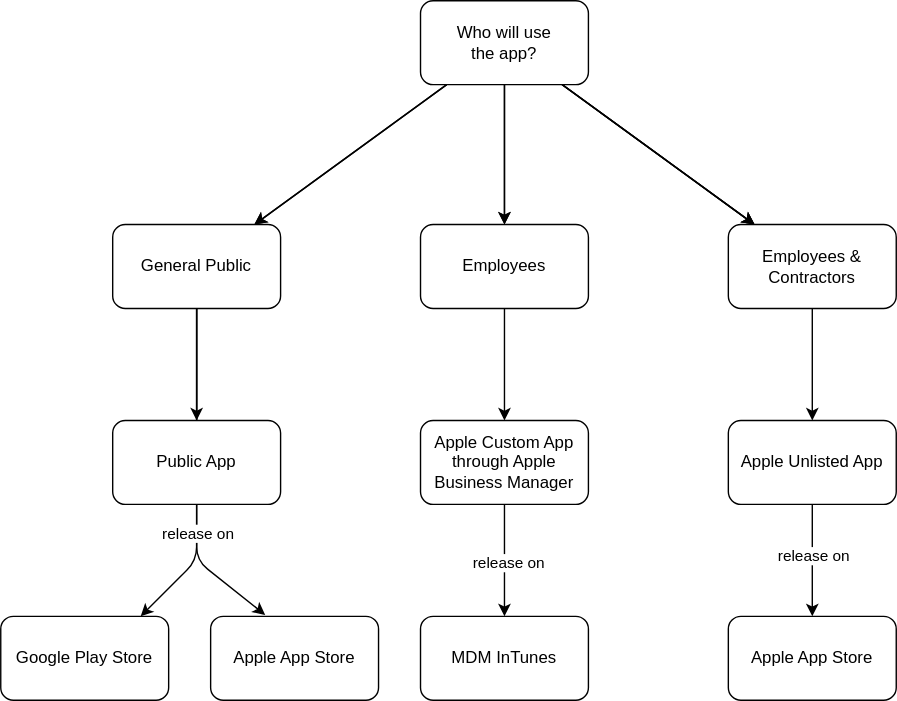
Above: docs/assets/distribution.drawio.svg in bcgov/mobile-developer-guide (draw.io), before the change. Source tidied: cells renumbered, new cells last; positions are measured from the earlier drawing's top-left corner, leaving out a move shared by most shapes.
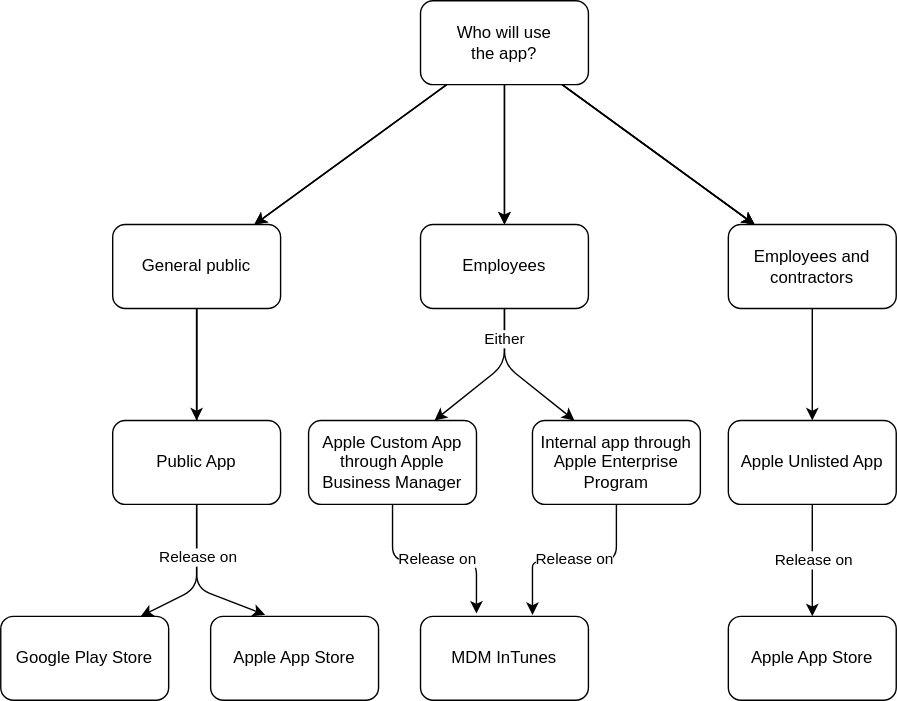
After the commit.

Diff of the diagram source:
```diff
@@ -29,7 +29,7 @@
     <mxCell id="10" style="edgeStyle=none;html=1;exitX=0.5;exitY=1;exitDx=0;exitDy=0;entryX=0.325;entryY=-0.017;entryDx=0;entryDy=0;entryPerimeter=0;" parent="1" edge="1" source="14" target="19">
       <mxGeometry relative="1" as="geometry">
         <Array as="points">
-          <mxPoint x="140" y="400" />
+          <mxPoint x="140" y="420" />
         </Array>
       </mxGeometry>
     </mxCell>
@@ -37,13 +37,13 @@
       <mxGeometry relative="1" as="geometry">
         <mxPoint x="100" y="440" as="targetPoint" />
         <Array as="points">
-          <mxPoint x="140" y="400" />
+          <mxPoint x="140" y="420" />
         </Array>
       </mxGeometry>
     </mxCell>
     <mxCell id="12" value="release on" style="edgeLabel;html=1;align=center;verticalAlign=middle;" parent="11" vertex="1">
       <mxGeometry x="-0.74" relative="1" as="geometry">
-        <mxPoint y="129" as="offset" />
+        <mxPoint y="145" as="offset" />
       </mxGeometry>
     </mxCell>
     <mxCell id="13" style="edgeStyle=none;html=1;" parent="1" edge="1" source="14" target="30">
@@ -58,8 +58,12 @@
     <mxCell id="16" value="Employees &amp;amp; Contractors" style="whiteSpace=wrap;html=1;rounded=1;" parent="1" vertex="1">
       <mxGeometry x="520" y="160" width="120" height="60" as="geometry" />
     </mxCell>
-    <mxCell id="17" style="edgeStyle=none;html=1;entryX=0.5;entryY=0;entryDx=0;entryDy=0;" parent="1" edge="1" source="18" target="23">
-      <mxGeometry relative="1" as="geometry" />
+    <mxCell id="17" style="edgeStyle=none;html=1;entryX=0.75;entryY=0;entryDx=0;entryDy=0;exitX=0.5;exitY=1;exitDx=0;exitDy=0;" parent="1" edge="1" source="18" target="23">
+      <mxGeometry relative="1" as="geometry">
+        <Array as="points">
+          <mxPoint x="360" y="260" />
+        </Array>
+      </mxGeometry>
     </mxCell>
     <mxCell id="18" value="Employees" style="whiteSpace=wrap;html=1;rounded=1;" parent="1" vertex="1">
       <mxGeometry x="300" y="160" width="120" height="60" as="geometry" />
@@ -70,14 +74,19 @@
     <mxCell id="20" value="Google Play Store" style="whiteSpace=wrap;html=1;rounded=1;" parent="1" vertex="1">
       <mxGeometry y="440" width="120" height="60" as="geometry" />
     </mxCell>
-    <mxCell id="21" style="edgeStyle=none;html=1;" parent="1" edge="1" source="23" target="29">
-      <mxGeometry relative="1" as="geometry" />
+    <mxCell id="21" style="edgeStyle=none;html=1;entryX=0.333;entryY=-0.033;entryDx=0;entryDy=0;exitX=0.5;exitY=1;exitDx=0;exitDy=0;entryPerimeter=0;" parent="1" edge="1" source="23" target="29">
+      <mxGeometry relative="1" as="geometry">
+        <Array as="points">
+          <mxPoint x="280" y="400" />
+          <mxPoint x="340" y="400" />
+        </Array>
+      </mxGeometry>
     </mxCell>
     <mxCell id="22" value="release on" style="edgeLabel;html=1;align=center;verticalAlign=middle;" parent="21" vertex="1">
       <mxGeometry x="0.03" y="2" relative="1" as="geometry" />
     </mxCell>
     <mxCell id="23" value="Apple Custom App through Apple Business Manager" style="whiteSpace=wrap;html=1;rounded=1;" parent="1" vertex="1">
-      <mxGeometry x="300" y="300" width="120" height="60" as="geometry" />
+      <mxGeometry x="220" y="300" width="120" height="60" as="geometry" />
     </mxCell>
     <mxCell id="24" style="edgeStyle=none;html=1;" parent="1" edge="1">
       <mxGeometry relative="1" as="geometry">
@@ -88,7 +97,9 @@
       <mxGeometry relative="1" as="geometry" />
     </mxCell>
     <mxCell id="26" value="release on" style="edgeLabel;html=1;align=center;verticalAlign=middle;" parent="25" vertex="1">
-      <mxGeometry x="-0.11" relative="1" as="geometry" />
+      <mxGeometry x="-0.11" relative="1" as="geometry">
+        <mxPoint y="3" as="offset" />
+      </mxGeometry>
     </mxCell>
     <mxCell id="27" value="Apple Unlisted App" style="whiteSpace=wrap;html=1;rounded=1;" parent="1" vertex="1">
       <mxGeometry x="520" y="300" width="120" height="60" as="geometry" />
@@ -102,5 +113,29 @@
     <mxCell id="30" value="Public App" style="whiteSpace=wrap;html=1;rounded=1;" parent="1" vertex="1">
       <mxGeometry x="80" y="300" width="120" height="60" as="geometry" />
     </mxCell>
+    <mxCell id="31" value="Internal app through Apple Enterprise Program" style="whiteSpace=wrap;html=1;rounded=1;" parent="1" vertex="1">
+      <mxGeometry x="380" y="300" width="120" height="60" as="geometry" />
+    </mxCell>
+    <mxCell id="32" value="Either" style="edgeStyle=none;html=1;entryX=0.25;entryY=0;entryDx=0;entryDy=0;exitX=0.5;exitY=1;exitDx=0;exitDy=0;" parent="1" edge="1" source="18" target="31">
+      <mxGeometry x="-0.59" relative="1" as="geometry">
+        <Array as="points">
+          <mxPoint x="360" y="260" />
+        </Array>
+      </mxGeometry>
+    </mxCell>
+    <mxCell id="33" style="edgeStyle=none;html=1;exitX=0.5;exitY=1;exitDx=0;exitDy=0;entryX=0.667;entryY=-0.017;entryDx=0;entryDy=0;entryPerimeter=0;" parent="1" edge="1" source="31" target="29">
+      <mxGeometry relative="1" as="geometry">
+        <Array as="points">
+          <mxPoint x="440" y="400" />
+          <mxPoint x="380" y="400" />
+          <mxPoint x="380" y="410" />
+        </Array>
+      </mxGeometry>
+    </mxCell>
+    <mxCell id="34" value="release on" style="edgeLabel;html=1;align=center;verticalAlign=middle;" parent="33" vertex="1">
+      <mxGeometry x="0.03" y="2" relative="1" as="geometry">
+        <mxPoint y="-4" as="offset" />
+      </mxGeometry>
+    </mxCell>
   </root>
 </mxGraphModel>
```
